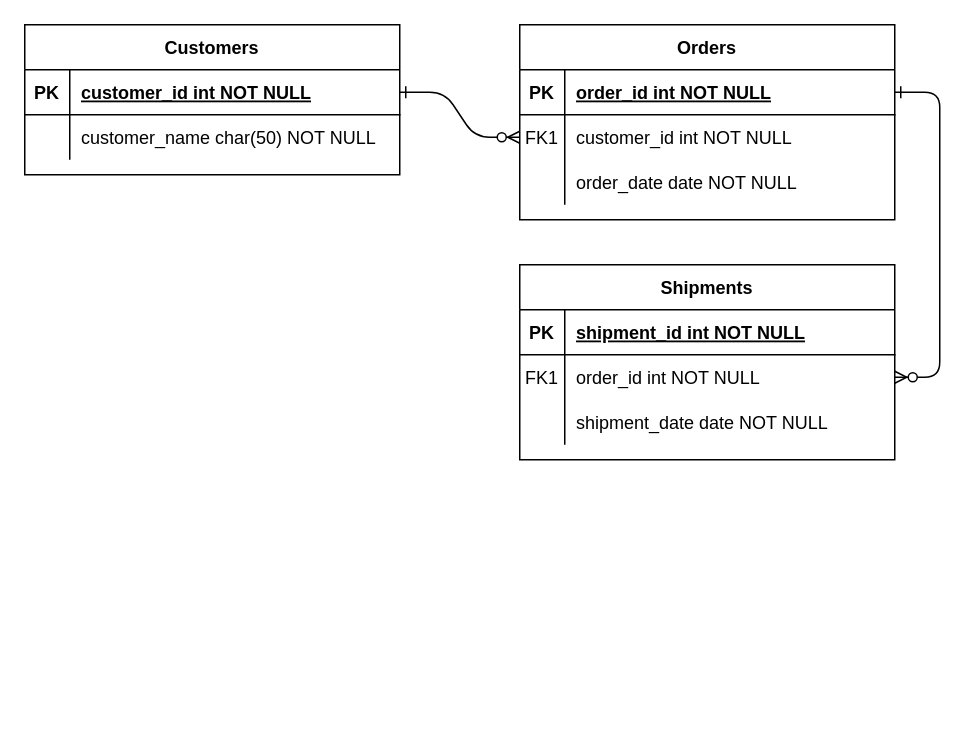
The draw.io diagram Untitled Diagram.drawio in jean-rocha1/Griffith-College, before the edit. Source tidied: cells renumbered, new cells numbered last; positions are measured from the earlier drawing's top-left corner, leaving out a move shared by most shapes. Both pictures are drawn from the tidied source at 150%, with x=0, y=0 at pixel (24, 24).
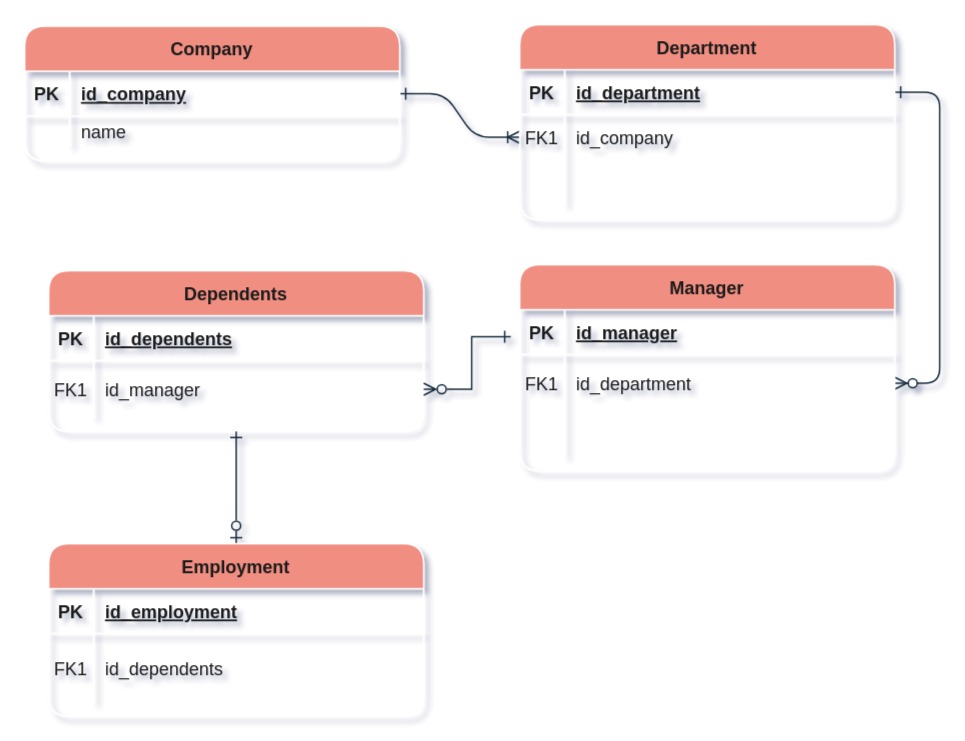
After the change.

Commit message:
Exercise 1 - Diagram 1

Diff of the diagram source:
```diff
@@
-<mxGraphModel>
+<mxGraphModel background="light-dark(#FFFFFF,#000000)" shadow="1">
@@
-    <mxCell id="2" style="edgeStyle=entityRelationEdgeStyle;endArrow=ERzeroToMany;startArrow=ERone;endFill=1;startFill=0;" parent="1" edge="1" source="25" target="8">
+    <mxCell id="2" style="edgeStyle=entityRelationEdgeStyle;endArrow=ERoneToMany;startArrow=ERone;endFill=0;startFill=0;labelBackgroundColor=none;strokeColor=#182E3E;fontColor=default;" parent="1" edge="1" source="25" target="8">
       <mxGeometry relative="1" as="geometry" />
     </mxCell>
-    <mxCell id="3" style="edgeStyle=entityRelationEdgeStyle;endArrow=ERzeroToMany;startArrow=ERone;endFill=1;startFill=0;" parent="1" edge="1" source="5" target="18">
+    <mxCell id="3" style="edgeStyle=entityRelationEdgeStyle;endArrow=ERzeroToMany;startArrow=ERone;endFill=1;startFill=0;labelBackgroundColor=none;strokeColor=#182E3E;fontColor=default;" parent="1" edge="1" source="5" target="18">
       <mxGeometry relative="1" as="geometry" />
     </mxCell>
-    <mxCell id="4" value="Orders" style="shape=table;startSize=30;childLayout=tableLayout;rowLines=0;fontStyle=1;align=center;" parent="1" vertex="1">
+    <mxCell id="4" value="Department" style="shape=table;startSize=30;childLayout=tableLayout;rowLines=0;fontStyle=1;align=center;rounded=1;labelBackgroundColor=none;fillColor=#F08E81;strokeColor=#FFFFFF;fontColor=#1A1A1A;" parent="1" vertex="1">
       <mxGeometry x="330" width="250" height="130" as="geometry" />
     </mxCell>
-    <mxCell id="5" style="shape=partialRectangle;fillColor=none;points=[[0,0.5],[1,0.5]];portConstraint=eastwest;top=0;left=0;right=0;bottom=1;" parent="4" vertex="1">
+    <mxCell id="5" style="shape=partialRectangle;fillColor=none;points=[[0,0.5],[1,0.5]];portConstraint=eastwest;top=0;left=0;right=0;bottom=1;rounded=1;labelBackgroundColor=none;strokeColor=#FFFFFF;fontColor=#1A1A1A;" parent="4" vertex="1">
       <mxGeometry y="30" width="250" height="30" as="geometry" />
     </mxCell>
-    <mxCell id="6" value="PK" style="shape=partialRectangle;overflow=hidden;fillColor=none;top=0;left=0;bottom=0;right=0;fontStyle=1;" parent="5" vertex="1">
+    <mxCell id="6" value="PK" style="shape=partialRectangle;overflow=hidden;fillColor=none;top=0;left=0;bottom=0;right=0;fontStyle=1;rounded=1;labelBackgroundColor=none;strokeColor=#FFFFFF;fontColor=#1A1A1A;" parent="5" vertex="1">
       <mxGeometry width="30" height="30" as="geometry" />
     </mxCell>
-    <mxCell id="7" value="order_id int NOT NULL " style="shape=partialRectangle;overflow=hidden;fillColor=none;top=0;left=0;bottom=0;right=0;align=left;spacingLeft=6;fontStyle=5;" parent="5" vertex="1">
+    <mxCell id="7" value="id_department" style="shape=partialRectangle;overflow=hidden;fillColor=none;top=0;left=0;bottom=0;right=0;align=left;spacingLeft=6;fontStyle=5;rounded=1;labelBackgroundColor=none;strokeColor=#FFFFFF;fontColor=#1A1A1A;" parent="5" vertex="1">
       <mxGeometry x="30" width="220" height="30" as="geometry" />
     </mxCell>
-    <mxCell id="8" style="shape=partialRectangle;fillColor=none;points=[[0,0.5],[1,0.5]];portConstraint=eastwest;top=0;left=0;right=0;bottom=0;" parent="4" vertex="1">
+    <mxCell id="8" style="shape=partialRectangle;fillColor=none;points=[[0,0.5],[1,0.5]];portConstraint=eastwest;top=0;left=0;right=0;bottom=0;rounded=1;labelBackgroundColor=none;strokeColor=#FFFFFF;fontColor=#1A1A1A;" parent="4" vertex="1">
       <mxGeometry y="60" width="250" height="30" as="geometry" />
     </mxCell>
-    <mxCell id="9" value="FK1" style="shape=partialRectangle;overflow=hidden;fillColor=none;top=0;left=0;bottom=0;right=0;" parent="8" vertex="1">
+    <mxCell id="9" value="FK1" style="shape=partialRectangle;overflow=hidden;fillColor=none;top=0;left=0;bottom=0;right=0;rounded=1;labelBackgroundColor=none;strokeColor=#FFFFFF;fontColor=#1A1A1A;" parent="8" vertex="1">
       <mxGeometry width="30" height="30" as="geometry" />
     </mxCell>
-    <mxCell id="10" value="customer_id int NOT NULL" style="shape=partialRectangle;overflow=hidden;fillColor=none;top=0;left=0;bottom=0;right=0;align=left;spacingLeft=6;" parent="8" vertex="1">
+    <mxCell id="10" value="id_company" style="shape=partialRectangle;overflow=hidden;fillColor=none;top=0;left=0;bottom=0;right=0;align=left;spacingLeft=6;rounded=1;labelBackgroundColor=none;strokeColor=#FFFFFF;fontColor=#1A1A1A;" parent="8" vertex="1">
       <mxGeometry x="30" width="220" height="30" as="geometry" />
     </mxCell>
-    <mxCell id="11" style="shape=partialRectangle;fillColor=none;top=0;left=0;right=0;bottom=0;" parent="4" vertex="1">
+    <mxCell id="11" style="shape=partialRectangle;fillColor=none;top=0;left=0;right=0;bottom=0;rounded=1;labelBackgroundColor=none;strokeColor=#FFFFFF;fontColor=#1A1A1A;" parent="4" vertex="1">
       <mxGeometry y="90" width="250" height="30" as="geometry" />
     </mxCell>
-    <mxCell id="12" style="shape=partialRectangle;overflow=hidden;fillColor=none;top=0;left=0;bottom=0;right=0;" parent="11" vertex="1">
+    <mxCell id="12" style="shape=partialRectangle;overflow=hidden;fillColor=none;top=0;left=0;bottom=0;right=0;rounded=1;labelBackgroundColor=none;strokeColor=#FFFFFF;fontColor=#1A1A1A;" parent="11" vertex="1">
       <mxGeometry width="30" height="30" as="geometry" />
     </mxCell>
-    <mxCell id="13" value="order_date date NOT NULL" style="shape=partialRectangle;overflow=hidden;fillColor=none;top=0;left=0;bottom=0;right=0;align=left;spacingLeft=6;" parent="11" vertex="1">
+    <mxCell id="13" style="shape=partialRectangle;overflow=hidden;fillColor=none;top=0;left=0;bottom=0;right=0;align=left;spacingLeft=6;rounded=1;labelBackgroundColor=none;strokeColor=#FFFFFF;fontColor=#1A1A1A;" parent="11" vertex="1">
       <mxGeometry x="30" width="220" height="30" as="geometry" />
     </mxCell>
-    <mxCell id="14" value="Shipments" style="shape=table;startSize=30;childLayout=tableLayout;rowLines=0;fontStyle=1;align=center;" parent="1" vertex="1">
-      <mxGeometry x="330" y="160" width="250" height="130" as="geometry" />
+    <mxCell id="14" value="Manager" style="shape=table;startSize=30;childLayout=tableLayout;rowLines=0;fontStyle=1;align=center;rounded=1;labelBackgroundColor=none;fillColor=#F08E81;strokeColor=#FFFFFF;fontColor=#1A1A1A;" parent="1" vertex="1">
+      <mxGeometry x="330" y="160" width="250" height="137.5" as="geometry" />
     </mxCell>
-    <mxCell id="15" style="shape=partialRectangle;fillColor=none;points=[[0,0.5],[1,0.5]];portConstraint=eastwest;top=0;left=0;right=0;bottom=1;" parent="14" vertex="1">
+    <mxCell id="15" style="shape=partialRectangle;fillColor=none;points=[[0,0.5],[1,0.5]];portConstraint=eastwest;top=0;left=0;right=0;bottom=1;rounded=1;labelBackgroundColor=none;strokeColor=#FFFFFF;fontColor=#1A1A1A;" parent="14" vertex="1">
       <mxGeometry y="30" width="250" height="30" as="geometry" />
     </mxCell>
-    <mxCell id="16" value="PK" style="shape=partialRectangle;overflow=hidden;fillColor=none;top=0;left=0;bottom=0;right=0;fontStyle=1;" parent="15" vertex="1">
+    <mxCell id="16" value="PK" style="shape=partialRectangle;overflow=hidden;fillColor=none;top=0;left=0;bottom=0;right=0;fontStyle=1;rounded=1;labelBackgroundColor=none;strokeColor=#FFFFFF;fontColor=#1A1A1A;" parent="15" vertex="1">
       <mxGeometry width="30" height="30" as="geometry" />
     </mxCell>
-    <mxCell id="17" value="shipment_id int NOT NULL " style="shape=partialRectangle;overflow=hidden;fillColor=none;top=0;left=0;bottom=0;right=0;align=left;spacingLeft=6;fontStyle=5;" parent="15" vertex="1">
+    <mxCell id="17" value="id_manager" style="shape=partialRectangle;overflow=hidden;fillColor=none;top=0;left=0;bottom=0;right=0;align=left;spacingLeft=6;fontStyle=5;rounded=1;labelBackgroundColor=none;strokeColor=#FFFFFF;fontColor=#1A1A1A;" parent="15" vertex="1">
       <mxGeometry x="30" width="220" height="30" as="geometry" />
     </mxCell>
-    <mxCell id="18" style="shape=partialRectangle;fillColor=none;points=[[0,0.5],[1,0.5]];portConstraint=eastwest;top=0;left=0;right=0;bottom=0;" parent="14" vertex="1">
-      <mxGeometry y="60" width="250" height="30" as="geometry" />
+    <mxCell id="18" style="shape=partialRectangle;fillColor=none;points=[[0,0.5],[1,0.5]];portConstraint=eastwest;top=0;left=0;right=0;bottom=0;rounded=1;labelBackgroundColor=none;strokeColor=#FFFFFF;fontColor=#1A1A1A;" parent="14" vertex="1">
+      <mxGeometry y="60" width="250" height="38" as="geometry" />
     </mxCell>
-    <mxCell id="19" value="FK1" style="shape=partialRectangle;overflow=hidden;fillColor=none;top=0;left=0;bottom=0;right=0;" parent="18" vertex="1">
-      <mxGeometry width="30" height="30" as="geometry" />
+    <mxCell id="19" value="FK1" style="shape=partialRectangle;overflow=hidden;fillColor=none;top=0;left=0;bottom=0;right=0;rounded=1;labelBackgroundColor=none;strokeColor=#FFFFFF;fontColor=#1A1A1A;" parent="18" vertex="1">
+      <mxGeometry width="30" height="38" as="geometry" />
     </mxCell>
-    <mxCell id="20" value="order_id int NOT NULL" style="shape=partialRectangle;overflow=hidden;fillColor=none;top=0;left=0;bottom=0;right=0;align=left;spacingLeft=6;" parent="18" vertex="1">
-      <mxGeometry x="30" width="220" height="30" as="geometry" />
+    <mxCell id="20" value="id_department" style="shape=partialRectangle;overflow=hidden;fillColor=none;top=0;left=0;bottom=0;right=0;align=left;spacingLeft=6;rounded=1;labelBackgroundColor=none;strokeColor=#FFFFFF;fontColor=#1A1A1A;" parent="18" vertex="1">
+      <mxGeometry x="30" width="220" height="38" as="geometry" />
     </mxCell>
-    <mxCell id="21" style="shape=partialRectangle;fillColor=none;top=0;left=0;right=0;bottom=0;" parent="14" vertex="1">
-      <mxGeometry y="90" width="250" height="30" as="geometry" />
+    <mxCell id="21" style="shape=partialRectangle;fillColor=none;top=0;left=0;right=0;bottom=0;rounded=1;labelBackgroundColor=none;strokeColor=#FFFFFF;fontColor=#1A1A1A;" parent="14" vertex="1">
+      <mxGeometry y="98" width="250" height="30" as="geometry" />
     </mxCell>
-    <mxCell id="22" style="shape=partialRectangle;overflow=hidden;fillColor=none;top=0;left=0;bottom=0;right=0;" parent="21" vertex="1">
+    <mxCell id="22" style="shape=partialRectangle;overflow=hidden;fillColor=none;top=0;left=0;bottom=0;right=0;rounded=1;labelBackgroundColor=none;strokeColor=#FFFFFF;fontColor=#1A1A1A;" parent="21" vertex="1">
       <mxGeometry width="30" height="30" as="geometry" />
     </mxCell>
-    <mxCell id="23" value="shipment_date date NOT NULL" style="shape=partialRectangle;overflow=hidden;fillColor=none;top=0;left=0;bottom=0;right=0;align=left;spacingLeft=6;" parent="21" vertex="1">
+    <mxCell id="23" style="shape=partialRectangle;overflow=hidden;fillColor=none;top=0;left=0;bottom=0;right=0;align=left;spacingLeft=6;rounded=1;labelBackgroundColor=none;strokeColor=#FFFFFF;fontColor=#1A1A1A;" parent="21" vertex="1">
       <mxGeometry x="30" width="220" height="30" as="geometry" />
     </mxCell>
-    <mxCell id="24" value="Customers" style="shape=table;startSize=30;childLayout=tableLayout;rowLines=0;fontStyle=1;align=center;" parent="1" vertex="1">
-      <mxGeometry width="250" height="100" as="geometry" />
+    <mxCell id="24" value="Company" style="shape=table;startSize=30;childLayout=tableLayout;rowLines=0;fontStyle=1;align=center;rounded=1;labelBackgroundColor=none;fillColor=#F08E81;strokeColor=#FFFFFF;fontColor=#1A1A1A;" parent="1" vertex="1">
+      <mxGeometry y="1" width="250" height="89.8" as="geometry" />
     </mxCell>
-    <mxCell id="25" style="shape=partialRectangle;fillColor=none;points=[[0,0.5],[1,0.5]];portConstraint=eastwest;top=0;left=0;right=0;bottom=1;" parent="24" vertex="1">
+    <mxCell id="25" style="shape=partialRectangle;fillColor=none;points=[[0,0.5],[1,0.5]];portConstraint=eastwest;top=0;left=0;right=0;bottom=1;rounded=1;labelBackgroundColor=none;strokeColor=#FFFFFF;fontColor=#1A1A1A;" parent="24" vertex="1">
       <mxGeometry y="30" width="250" height="30" as="geometry" />
     </mxCell>
-    <mxCell id="26" value="PK" style="shape=partialRectangle;overflow=hidden;fillColor=none;top=0;left=0;bottom=0;right=0;fontStyle=1;" parent="25" vertex="1">
+    <mxCell id="26" value="PK" style="shape=partialRectangle;overflow=hidden;fillColor=none;top=0;left=0;bottom=0;right=0;fontStyle=1;rounded=1;labelBackgroundColor=none;strokeColor=#FFFFFF;fontColor=#1A1A1A;" parent="25" vertex="1">
       <mxGeometry width="30" height="30" as="geometry" />
     </mxCell>
-    <mxCell id="27" value="customer_id int NOT NULL " style="shape=partialRectangle;overflow=hidden;fillColor=none;top=0;left=0;bottom=0;right=0;align=left;spacingLeft=6;fontStyle=5;" parent="25" vertex="1">
+    <mxCell id="27" value="id_company" style="shape=partialRectangle;overflow=hidden;fillColor=none;top=0;left=0;bottom=0;right=0;align=left;spacingLeft=6;fontStyle=5;rounded=1;labelBackgroundColor=none;strokeColor=#FFFFFF;fontColor=#1A1A1A;" parent="25" vertex="1">
       <mxGeometry x="30" width="220" height="30" as="geometry" />
     </mxCell>
-    <mxCell id="28" style="shape=partialRectangle;fillColor=none;top=0;left=0;right=0;bottom=0;" parent="24" vertex="1">
-      <mxGeometry y="60" width="250" height="30" as="geometry" />
+    <mxCell id="28" style="shape=partialRectangle;fillColor=none;top=0;left=0;right=0;bottom=0;rounded=1;labelBackgroundColor=none;strokeColor=#FFFFFF;fontColor=#1A1A1A;" parent="24" vertex="1">
+      <mxGeometry y="60" width="250" height="20" as="geometry" />
     </mxCell>
-    <mxCell id="29" style="shape=partialRectangle;overflow=hidden;fillColor=none;top=0;left=0;bottom=0;right=0;" parent="28" vertex="1">
-      <mxGeometry width="30" height="30" as="geometry" />
+    <mxCell id="29" style="shape=partialRectangle;overflow=hidden;fillColor=none;top=0;left=0;bottom=0;right=0;rounded=1;labelBackgroundColor=none;strokeColor=#FFFFFF;fontColor=#1A1A1A;" parent="28" vertex="1">
+      <mxGeometry width="30" height="20" as="geometry" />
     </mxCell>
-    <mxCell id="30" value="customer_name char(50) NOT NULL" style="shape=partialRectangle;overflow=hidden;fillColor=none;top=0;left=0;bottom=0;right=0;align=left;spacingLeft=6;" parent="28" vertex="1">
-      <mxGeometry x="30" width="220" height="30" as="geometry" />
+    <mxCell id="30" value="name" style="shape=partialRectangle;overflow=hidden;fillColor=none;top=0;left=0;bottom=0;right=0;align=left;spacingLeft=6;rounded=1;labelBackgroundColor=none;strokeColor=#FFFFFF;fontColor=#1A1A1A;" parent="28" vertex="1">
+      <mxGeometry x="30" width="220" height="20" as="geometry" />
     </mxCell>
+    <mxCell id="31" value="Dependents" style="shape=table;startSize=30;childLayout=tableLayout;rowLines=0;fontStyle=1;align=center;rounded=1;labelBackgroundColor=none;fillColor=#F08E81;strokeColor=#FFFFFF;fontColor=#1A1A1A;" parent="1" vertex="1">
+      <mxGeometry x="16" y="164" width="250" height="107.2" as="geometry" />
+    </mxCell>
+    <mxCell id="32" style="shape=partialRectangle;fillColor=none;top=0;left=0;right=0;bottom=1;rounded=1;labelBackgroundColor=none;strokeColor=#FFFFFF;fontColor=#1A1A1A;" parent="31" vertex="1">
+      <mxGeometry y="30" width="250" height="30" as="geometry" />
+    </mxCell>
+    <mxCell id="33" value="PK" style="shape=partialRectangle;overflow=hidden;fillColor=none;top=0;left=0;bottom=0;right=0;fontStyle=1;rounded=1;labelBackgroundColor=none;strokeColor=#FFFFFF;fontColor=#1A1A1A;" parent="32" vertex="1">
+      <mxGeometry width="30" height="30" as="geometry" />
+    </mxCell>
+    <mxCell id="34" value="id_dependents" style="shape=partialRectangle;overflow=hidden;fillColor=none;top=0;left=0;bottom=0;right=0;align=left;spacingLeft=6;fontStyle=5;rounded=1;labelBackgroundColor=none;strokeColor=#FFFFFF;fontColor=#1A1A1A;" parent="32" vertex="1">
+      <mxGeometry x="30" width="220" height="30" as="geometry" />
+    </mxCell>
+    <mxCell id="35" style="shape=partialRectangle;fillColor=none;points=[[0,0.5],[1,0.5]];portConstraint=eastwest;top=0;left=0;right=0;bottom=0;rounded=1;labelBackgroundColor=none;strokeColor=#FFFFFF;fontColor=#1A1A1A;" parent="31" vertex="1">
+      <mxGeometry y="60" width="250" height="38" as="geometry" />
+    </mxCell>
+    <mxCell id="36" value="FK1" style="shape=partialRectangle;overflow=hidden;fillColor=none;top=0;left=0;bottom=0;right=0;rounded=1;labelBackgroundColor=none;strokeColor=#FFFFFF;fontColor=#1A1A1A;" parent="35" vertex="1">
+      <mxGeometry width="30" height="38" as="geometry" />
+    </mxCell>
+    <mxCell id="37" value="id_manager" style="shape=partialRectangle;overflow=hidden;fillColor=none;top=0;left=0;bottom=0;right=0;align=left;spacingLeft=6;rounded=1;labelBackgroundColor=none;strokeColor=#FFFFFF;fontColor=#1A1A1A;" parent="35" vertex="1">
+      <mxGeometry x="30" width="220" height="38" as="geometry" />
+    </mxCell>
+    <mxCell id="38" style="edgeStyle=orthogonalEdgeStyle;rounded=0;jettySize=auto;html=1;exitX=1;exitY=0.5;exitDx=0;exitDy=0;entryX=-0.024;entryY=0.6;entryDx=0;entryDy=0;entryPerimeter=0;strokeColor=#182E3E;fontColor=#1A1A1A;endArrow=ERone;endFill=0;startArrow=ERzeroToMany;startFill=0;" parent="1" edge="1" source="35" target="15">
+      <mxGeometry relative="1" as="geometry">
+        <Array as="points">
+          <mxPoint x="298" y="243" />
+          <mxPoint x="298" y="208" />
+        </Array>
+      </mxGeometry>
+    </mxCell>
+    <mxCell id="39" style="edgeStyle=orthogonalEdgeStyle;rounded=0;jettySize=auto;html=1;exitX=0.5;exitY=0;exitDx=0;exitDy=0;entryX=0.5;entryY=1;entryDx=0;entryDy=0;strokeColor=#182E3E;fontColor=#1A1A1A;endArrow=ERone;endFill=0;startArrow=ERzeroToOne;startFill=0;" parent="1" edge="1" source="40" target="31">
+      <mxGeometry relative="1" as="geometry" />
+    </mxCell>
+    <mxCell id="40" value="Employment" style="shape=table;startSize=30;childLayout=tableLayout;rowLines=0;fontStyle=1;align=center;rounded=1;labelBackgroundColor=none;fillColor=#F08E81;strokeColor=#FFFFFF;fontColor=#1A1A1A;" parent="1" vertex="1">
+      <mxGeometry x="16" y="346" width="250" height="115.2" as="geometry" />
+    </mxCell>
+    <mxCell id="41" style="shape=partialRectangle;fillColor=none;top=0;left=0;right=0;bottom=1;rounded=1;labelBackgroundColor=none;strokeColor=#FFFFFF;fontColor=#1A1A1A;" parent="40" vertex="1">
+      <mxGeometry y="30" width="250" height="30" as="geometry" />
+    </mxCell>
+    <mxCell id="42" value="PK" style="shape=partialRectangle;overflow=hidden;fillColor=none;top=0;left=0;bottom=0;right=0;fontStyle=1;rounded=1;labelBackgroundColor=none;strokeColor=#FFFFFF;fontColor=#1A1A1A;" parent="41" vertex="1">
+      <mxGeometry width="30" height="30" as="geometry" />
+    </mxCell>
+    <mxCell id="43" value="id_employment" style="shape=partialRectangle;overflow=hidden;fillColor=none;top=0;left=0;bottom=0;right=0;align=left;spacingLeft=6;fontStyle=5;rounded=1;labelBackgroundColor=none;strokeColor=#FFFFFF;fontColor=#1A1A1A;" parent="41" vertex="1">
+      <mxGeometry x="30" width="220" height="30" as="geometry" />
+    </mxCell>
+    <mxCell id="44" style="shape=partialRectangle;fillColor=none;top=0;left=0;right=0;bottom=0;rounded=1;labelBackgroundColor=none;strokeColor=#FFFFFF;fontColor=#1A1A1A;" parent="40" vertex="1">
+      <mxGeometry y="60" width="250" height="46" as="geometry" />
+    </mxCell>
+    <mxCell id="45" value="FK1" style="shape=partialRectangle;overflow=hidden;fillColor=none;top=0;left=0;bottom=0;right=0;rounded=1;labelBackgroundColor=none;strokeColor=#FFFFFF;fontColor=#1A1A1A;" parent="44" vertex="1">
+      <mxGeometry width="30" height="46" as="geometry" />
+    </mxCell>
+    <mxCell id="46" value="id_dependents" style="shape=partialRectangle;overflow=hidden;fillColor=none;top=0;left=0;bottom=0;right=0;align=left;spacingLeft=6;rounded=1;labelBackgroundColor=none;strokeColor=#FFFFFF;fontColor=#1A1A1A;" parent="44" vertex="1">
+      <mxGeometry x="30" width="220" height="46" as="geometry" />
+    </mxCell>
```
